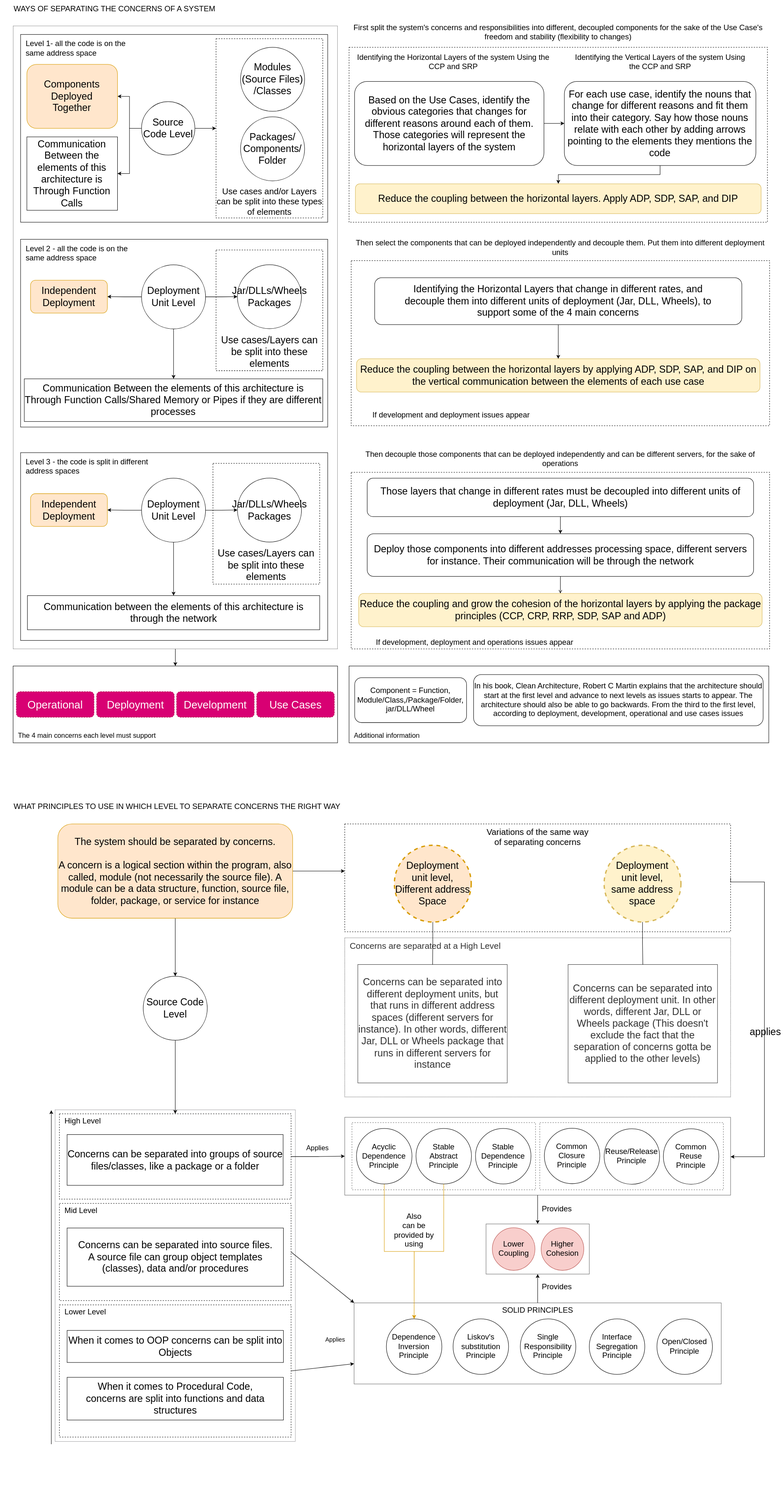
Above: images/clean-architecture-soc-roadmap/roadmap.svg in GabrielSlima/blog (draw.io), before the change. Source tidied: cells renumbered, new cells last; positions are measured from the earlier drawing's top-left corner, leaving out a move shared by most shapes.
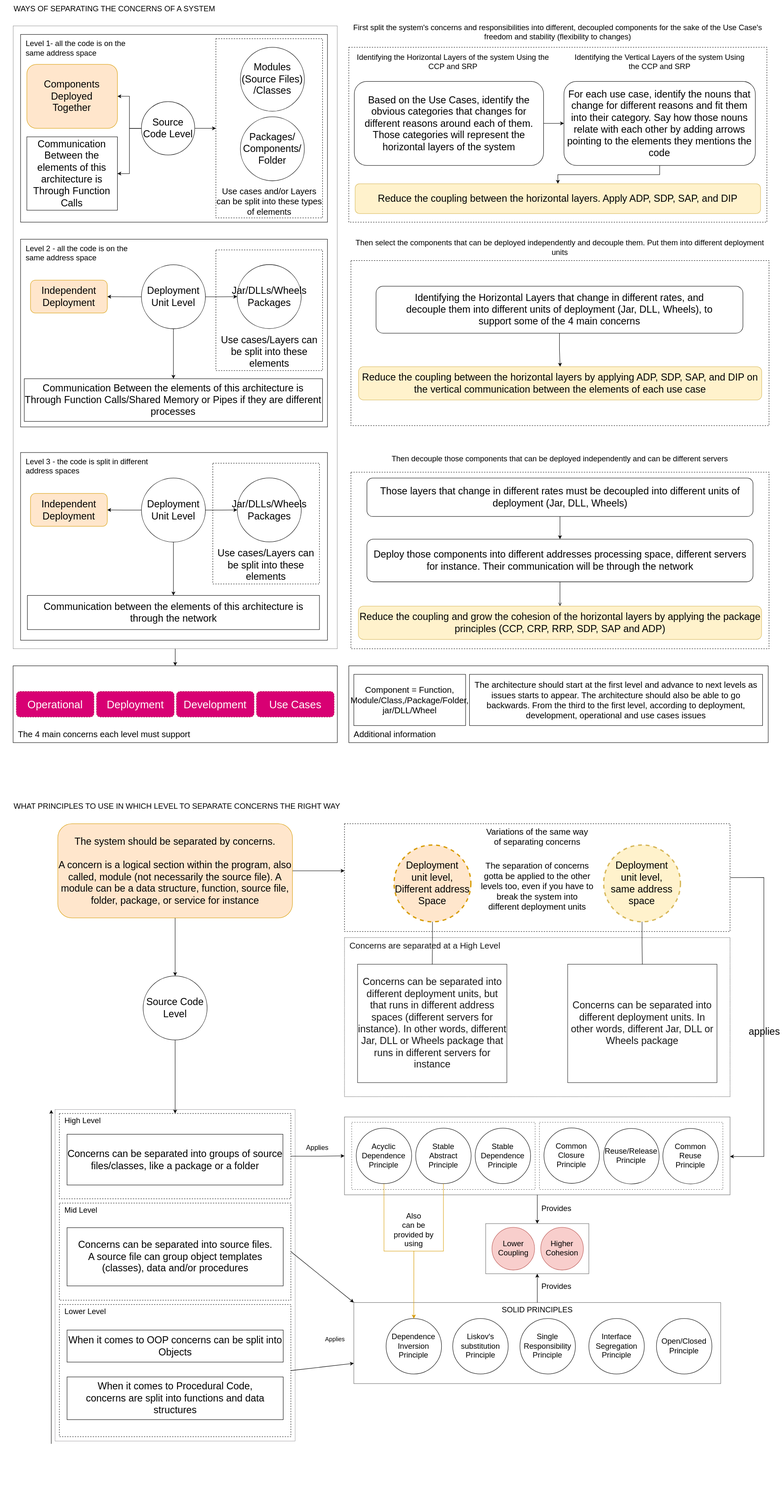
Above is the later version.

The edit, as a diff of the source:
```diff
@@ -2,13 +2,13 @@
   <root>
     <mxCell id="0" />
     <mxCell id="1" parent="0" />
+    <mxCell id="3" style="rounded=0;whiteSpace=wrap;html=1;dashed=1;fontSize=16;strokeWidth=1;fillColor=none;fontColor=#ffffff;strokeColor=none;" parent="1" vertex="1">
+      <mxGeometry x="0.2" y="1910" width="1830" height="1620" as="geometry" />
+    </mxCell>
     <mxCell id="2" style="rounded=0;whiteSpace=wrap;html=1;dashed=1;fontSize=16;strokeWidth=1;fillColor=none;fontColor=#ffffff;strokeColor=none;" parent="1" vertex="1">
       <mxGeometry x="0.2" y="40" width="1830" height="1730" as="geometry" />
     </mxCell>
-    <mxCell id="3" style="rounded=0;whiteSpace=wrap;html=1;dashed=1;fontSize=16;strokeWidth=1;fillColor=none;fontColor=#ffffff;strokeColor=none;" parent="1" vertex="1">
-      <mxGeometry x="0.2" y="1910" width="1830" height="1620" as="geometry" />
-    </mxCell>
-    <mxCell id="4" value="Additional information" style="rounded=0;whiteSpace=wrap;html=1;fontSize=16;strokeColor=default;fillColor=none;align=left;verticalAlign=bottom;spacingLeft=10;strokeWidth=1;spacingBottom=5;" parent="1" vertex="1">
+    <mxCell id="4" value="Additional information" style="rounded=0;whiteSpace=wrap;html=1;fontSize=20;strokeColor=default;fillColor=none;align=left;verticalAlign=bottom;spacingLeft=10;strokeWidth=1;spacingBottom=5;" parent="1" vertex="1">
       <mxGeometry x="817.1" y="1560" width="983.1" height="180" as="geometry" />
     </mxCell>
     <mxCell id="5" style="edgeStyle=orthogonalEdgeStyle;rounded=0;jettySize=auto;html=1;entryX=0.5;entryY=0;entryDx=0;entryDy=0;fontSize=18;" parent="1" edge="1" source="6" target="23">
@@ -23,8 +23,7 @@
     <mxCell id="8" style="edgeStyle=orthogonalEdgeStyle;rounded=0;jettySize=auto;html=1;entryX=1;entryY=0.5;entryDx=0;entryDy=0;fontSize=23;exitX=1;exitY=0.5;exitDx=0;exitDy=0;" parent="1" edge="1" source="18" target="13">
       <mxGeometry relative="1" as="geometry">
         <Array as="points">
-          <mxPoint x="1711" y="2066" />
-          <mxPoint x="1790" y="2066" />
+          <mxPoint x="1790" y="2056" />
           <mxPoint x="1790" y="2710" />
           <mxPoint x="1711" y="2710" />
         </Array>
@@ -35,7 +34,7 @@
         <mxPoint y="-10" as="offset" />
       </mxGeometry>
     </mxCell>
-    <mxCell id="10" value="Concerns are separated at a High Level" style="rounded=0;whiteSpace=wrap;html=1;align=left;verticalAlign=top;fillColor=none;dashed=1;fontSize=20;spacingLeft=10;textOpacity=80;dashPattern=1 1;opacity=80;" parent="1" vertex="1">
+    <mxCell id="10" value="Concerns are separated at a High Level" style="rounded=0;whiteSpace=wrap;html=1;align=left;verticalAlign=top;fillColor=none;dashed=1;fontSize=20;spacingLeft=10;textOpacity=90;dashPattern=1 1;opacity=90;" parent="1" vertex="1">
       <mxGeometry x="807" y="2197" width="903.8" height="373" as="geometry" />
     </mxCell>
     <mxCell id="11" style="rounded=0;whiteSpace=wrap;html=1;strokeColor=#252129;strokeWidth=0.5;opacity=80;fontSize=18;" parent="1" vertex="1">
@@ -74,7 +73,7 @@
     <mxCell id="22" value="Lower Level" style="rounded=0;whiteSpace=wrap;html=1;align=left;verticalAlign=top;fillColor=none;dashed=1;spacingLeft=10;fontSize=18;" parent="1" vertex="1">
       <mxGeometry x="138.7" y="3057" width="542.7" height="310" as="geometry" />
     </mxCell>
-    <mxCell id="23" value="The 4 main concerns each level must support" style="rounded=0;whiteSpace=wrap;html=1;fontSize=16;strokeColor=default;fillColor=none;align=left;verticalAlign=bottom;spacingLeft=10;strokeWidth=1;spacingBottom=5;" parent="1" vertex="1">
+    <mxCell id="23" value="The 4 main concerns each level must support" style="rounded=0;whiteSpace=wrap;html=1;fontSize=20;strokeColor=default;fillColor=none;align=left;verticalAlign=bottom;spacingLeft=10;strokeWidth=1;spacingBottom=5;" parent="1" vertex="1">
       <mxGeometry x="30.2" y="1560" width="760" height="180" as="geometry" />
     </mxCell>
     <mxCell id="24" value="&lt;div&gt;Level 2 - all the code is on the&lt;/div&gt;&lt;div&gt;same address space&lt;/div&gt;" style="rounded=0;whiteSpace=wrap;html=1;strokeColor=default;fillColor=none;align=left;verticalAlign=top;spacingLeft=10;spacingTop=5;fontSize=18;" parent="1" vertex="1">
@@ -125,8 +124,8 @@
     <mxCell id="39" value="Jar/DLLs/Wheels&lt;br style=&quot;font-size: 23px;&quot;&gt;Packages" style="ellipse;whiteSpace=wrap;html=1;fontSize=23;" parent="1" vertex="1">
       <mxGeometry x="555.6" y="619.5" width="150" height="150" as="geometry" />
     </mxCell>
-    <mxCell id="40" value="Component = Function, Module/Class,/Package/Folder, jar/DLL/Wheel" style="rounded=1;whiteSpace=wrap;html=1;fontSize=18;" parent="1" vertex="1">
-      <mxGeometry x="830.3" y="1587.5" width="262" height="105" as="geometry" />
+    <mxCell id="40" value="Component = Function, Module/Class,/Package/Folder, jar/DLL/Wheel" style="rounded=0;whiteSpace=wrap;html=1;fontSize=20;" parent="1" vertex="1">
+      <mxGeometry x="828.9" y="1580" width="262" height="120" as="geometry" />
     </mxCell>
     <mxCell id="41" value="Communication Between the elements of this architecture is Through Function Calls" style="rounded=0;whiteSpace=wrap;html=1;fontSize=23;" parent="1" vertex="1">
       <mxGeometry x="62.4" y="320" width="212.3" height="172" as="geometry" />
@@ -172,9 +171,6 @@
         <mxPoint x="932.5" y="280" as="sourcePoint" />
       </mxGeometry>
     </mxCell>
-    <mxCell id="55" value="If development and deployment issues appear" style="rounded=1;whiteSpace=wrap;html=1;fontSize=18;strokeColor=none;fillColor=none;" parent="1" vertex="1">
-      <mxGeometry x="822.1" y="957" width="469.4" height="30" as="geometry" />
-    </mxCell>
     <mxCell id="56" style="rounded=0;whiteSpace=wrap;html=1;fontSize=10;strokeColor=default;fillColor=none;dashed=1;" parent="1" vertex="1">
       <mxGeometry x="822.1" y="1106.1" width="980" height="413.9" as="geometry" />
     </mxCell>
@@ -184,11 +180,8 @@
     <mxCell id="58" value="Those layers that change in different rates must be decoupled into different units of deployment (Jar, DLL, Wheels)" style="rounded=1;whiteSpace=wrap;html=1;fontSize=23;strokeColor=default;fillColor=none;" parent="1" vertex="1">
       <mxGeometry x="859.6" y="1119.9" width="905" height="90" as="geometry" />
     </mxCell>
-    <mxCell id="59" value="If development, deployment and operations issues appear" style="rounded=1;whiteSpace=wrap;html=1;fontSize=18;strokeColor=none;fillColor=none;" parent="1" vertex="1">
-      <mxGeometry x="822.1" y="1490" width="579.4" height="30" as="geometry" />
-    </mxCell>
     <mxCell id="60" value="Reduce the coupling between the horizontal layers by applying ADP, SDP, SAP, and DIP on the vertical communication between the elements of each use case" style="rounded=1;whiteSpace=wrap;html=1;fontSize=23;strokeColor=#d6b656;fillColor=#fff2cc;" parent="1" vertex="1">
-      <mxGeometry x="834.6" y="840" width="945" height="78" as="geometry" />
+      <mxGeometry x="840" y="858.8" width="945" height="78" as="geometry" />
     </mxCell>
     <mxCell id="61" value="First split the system's concerns and responsibilities into different, decoupled components for the sake of the Use Case's freedom and stability (flexibility to changes)" style="text;html=1;strokeColor=none;fillColor=none;align=center;verticalAlign=middle;whiteSpace=wrap;rounded=0;fontSize=18;" parent="1" vertex="1">
       <mxGeometry x="817.1" y="60" width="980" height="30" as="geometry" />
@@ -196,7 +189,7 @@
     <mxCell id="62" value="&lt;div style=&quot;font-size: 18px&quot;&gt;Then select the components that can be deployed independently and decouple them. Put them into different deployment units&lt;/div&gt;" style="text;html=1;strokeColor=none;fillColor=none;align=center;verticalAlign=middle;whiteSpace=wrap;rounded=0;fontSize=18;" parent="1" vertex="1">
       <mxGeometry x="822.1" y="560" width="980" height="40" as="geometry" />
     </mxCell>
-    <mxCell id="63" value="&lt;div style=&quot;font-size: 18px&quot;&gt;Then decouple those components that can be deployed independently and can be different servers, for the sake of operations&lt;br style=&quot;font-size: 18px&quot;&gt;&lt;/div&gt;" style="text;html=1;strokeColor=none;fillColor=none;align=center;verticalAlign=middle;whiteSpace=wrap;rounded=0;fontSize=18;" parent="1" vertex="1">
+    <mxCell id="63" value="&lt;div style=&quot;font-size: 18px&quot;&gt;Then decouple those components that can be deployed independently and can be different servers&lt;br style=&quot;font-size: 18px&quot;&gt;&lt;/div&gt;" style="text;html=1;strokeColor=none;fillColor=none;align=center;verticalAlign=middle;whiteSpace=wrap;rounded=0;fontSize=18;" parent="1" vertex="1">
       <mxGeometry x="822.1" y="1060" width="980" height="30" as="geometry" />
     </mxCell>
     <mxCell id="64" value="&lt;div style=&quot;font-size: 23px;&quot;&gt;Components&lt;/div&gt;&lt;div style=&quot;font-size: 23px;&quot;&gt;Deployed&lt;/div&gt;&lt;div style=&quot;font-size: 23px;&quot;&gt;Together&lt;br style=&quot;font-size: 23px;&quot;&gt;&lt;/div&gt;" style="rounded=1;whiteSpace=wrap;html=1;fillColor=#ffe6cc;strokeColor=#d79b00;fontSize=23;" parent="1" vertex="1">
@@ -252,10 +245,10 @@
     <mxCell id="79" value="&lt;div style=&quot;font-size: 23px;&quot;&gt;Deployment&lt;/div&gt;&lt;div style=&quot;font-size: 23px;&quot;&gt;unit level,&lt;/div&gt;&lt;div style=&quot;font-size: 23px;&quot;&gt;Different address&lt;/div&gt;&lt;div style=&quot;font-size: 23px;&quot;&gt;Space&lt;br style=&quot;font-size: 23px;&quot;&gt;&lt;/div&gt;" style="ellipse;whiteSpace=wrap;html=1;fillColor=#ffe6cc;strokeColor=#d79b00;strokeWidth=3;dashed=1;fontSize=23;" parent="1" vertex="1">
       <mxGeometry x="923.2" y="1980" width="180" height="180" as="geometry" />
     </mxCell>
-    <mxCell id="80" value="Concerns can be separated into different deployment units, but that runs in different address spaces (different servers for instance). In other words, different Jar, DLL or Wheels package that runs in different servers for instance" style="rounded=0;whiteSpace=wrap;html=1;fontSize=23;fillColor=none;textOpacity=80;opacity=80;" parent="1" vertex="1">
+    <mxCell id="80" value="Concerns can be separated into different deployment units, but that runs in different address spaces (different servers for instance). In other words, different Jar, DLL or Wheels package that runs in different servers for instance" style="rounded=0;whiteSpace=wrap;html=1;fontSize=23;fillColor=none;textOpacity=90;opacity=90;" parent="1" vertex="1">
       <mxGeometry x="837.6" y="2259.5" width="350" height="277.5" as="geometry" />
     </mxCell>
-    <mxCell id="81" value="Concerns can be separated into different deployment unit. In other words, different Jar, DLL or Wheels package (This doesn't exclude the fact that the separation of concerns gotta be applied to the other levels)" style="rounded=0;whiteSpace=wrap;html=1;fontSize=23;fillColor=none;textOpacity=80;opacity=80;" parent="1" vertex="1">
+    <mxCell id="81" value="Concerns can be separated into different deployment units. In other words, different Jar, DLL or Wheels package " style="rounded=0;whiteSpace=wrap;html=1;fontSize=23;fillColor=none;textOpacity=90;opacity=90;" parent="1" vertex="1">
       <mxGeometry x="1330.1" y="2259.5" width="350" height="277.5" as="geometry" />
     </mxCell>
     <mxCell id="82" value="&lt;div style=&quot;font-size: 18px;&quot;&gt;Single Responsibility&lt;/div&gt;&lt;div style=&quot;font-size: 18px;&quot;&gt;Principle&lt;/div&gt;" style="ellipse;whiteSpace=wrap;html=1;fontSize=18;" parent="1" vertex="1">
@@ -358,16 +351,16 @@
       <mxGeometry relative="1" as="geometry" />
     </mxCell>
     <mxCell id="115" value="Deploy those components into different addresses processing space, different servers for instance. Their communication will be through the network" style="rounded=1;whiteSpace=wrap;html=1;fontSize=23;strokeColor=default;fillColor=none;" parent="1" vertex="1">
-      <mxGeometry x="859.6" y="1250" width="905" height="100" as="geometry" />
+      <mxGeometry x="859.6" y="1263.1" width="905" height="100" as="geometry" />
     </mxCell>
-    <mxCell id="116" value="In his book, Clean Architecture, Robert C Martin explains that the architecture should start at the first level and advance to next levels as issues starts to appear. The architecture should also be able to go backwards. From the third to the first level, according to deployment, development, operational and use cases issues" style="rounded=1;whiteSpace=wrap;html=1;fontSize=18;" parent="1" vertex="1">
-      <mxGeometry x="1108.8" y="1580" width="678.1" height="120" as="geometry" />
+    <mxCell id="116" value="The architecture should start at the first level and advance to next levels as issues starts to appear. The architecture should also be able to go backwards. From the third to the first level, according to deployment, development, operational and use cases issues" style="rounded=0;whiteSpace=wrap;html=1;fontSize=20;" parent="1" vertex="1">
+      <mxGeometry x="1100" y="1580" width="687" height="120" as="geometry" />
     </mxCell>
     <mxCell id="117" style="edgeStyle=orthogonalEdgeStyle;rounded=0;jettySize=auto;html=1;fontSize=18;" parent="1" edge="1" source="118" target="60">
       <mxGeometry relative="1" as="geometry" />
     </mxCell>
     <mxCell id="118" value="Identifying the Horizontal Layers that change in different rates, and &lt;br/&gt;decouple them into different units of deployment (Jar, DLL, Wheels), to &lt;br/&gt;support some of the 4 main concerns" style="rounded=1;whiteSpace=wrap;html=1;fontSize=23;strokeColor=default;fillColor=none;spacingLeft=10;align=center;spacingRight=10;" parent="1" vertex="1">
-      <mxGeometry x="877.1" y="650" width="860" height="110" as="geometry" />
+      <mxGeometry x="880.9" y="670.2" width="860" height="110" as="geometry" />
     </mxCell>
     <mxCell id="119" style="endArrow=classic;html=1;rounded=0;fontSize=23;exitX=1;exitY=0.5;exitDx=0;exitDy=0;entryX=0;entryY=0;entryDx=0;entryDy=0;" parent="1" edge="1" source="21" target="17">
       <mxGeometry relative="1" as="geometry" />
@@ -376,7 +369,10 @@
       <mxGeometry relative="1" as="geometry" />
     </mxCell>
     <mxCell id="121" value="Reduce the coupling and grow the cohesion of the horizontal layers by applying the package principles (CCP, CRP, RRP, SDP, SAP and ADP)" style="rounded=1;whiteSpace=wrap;html=1;fontSize=23;strokeColor=#d6b656;fillColor=#fff2cc;" parent="1" vertex="1">
-      <mxGeometry x="839.6" y="1390" width="945" height="78" as="geometry" />
+      <mxGeometry x="839.6" y="1420" width="945" height="78" as="geometry" />
     </mxCell>
+    <mxCell id="122" value="The separation of concerns gotta be applied to the other levels too, even if you have to break the system into different deployment units" style="text;html=1;strokeColor=none;fillColor=none;align=center;verticalAlign=middle;whiteSpace=wrap;rounded=0;fontSize=20;opacity=90;" parent="1" vertex="1">
+      <mxGeometry x="1124.7" y="2001" width="268.2" height="150" as="geometry" />
+    </mxCell>
   </root>
 </mxGraphModel>
```
